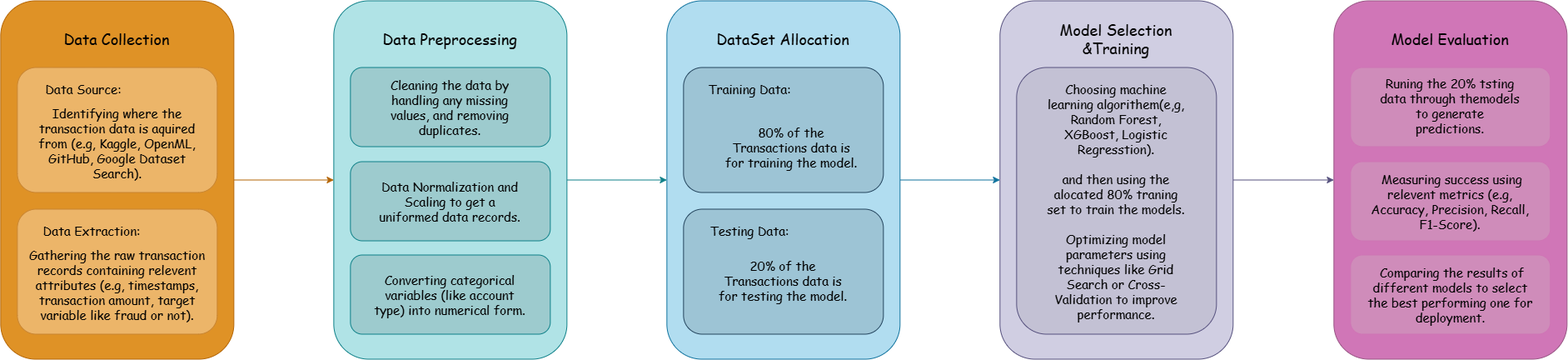
Earlier version of the draw.io export methodology diagram .png (HawraAlmadeh/ARTI308-Lab2). Source tidied: cells renumbered, new cells last; positions are measured from the earlier drawing's top-left corner, leaving out a move shared by most shapes.
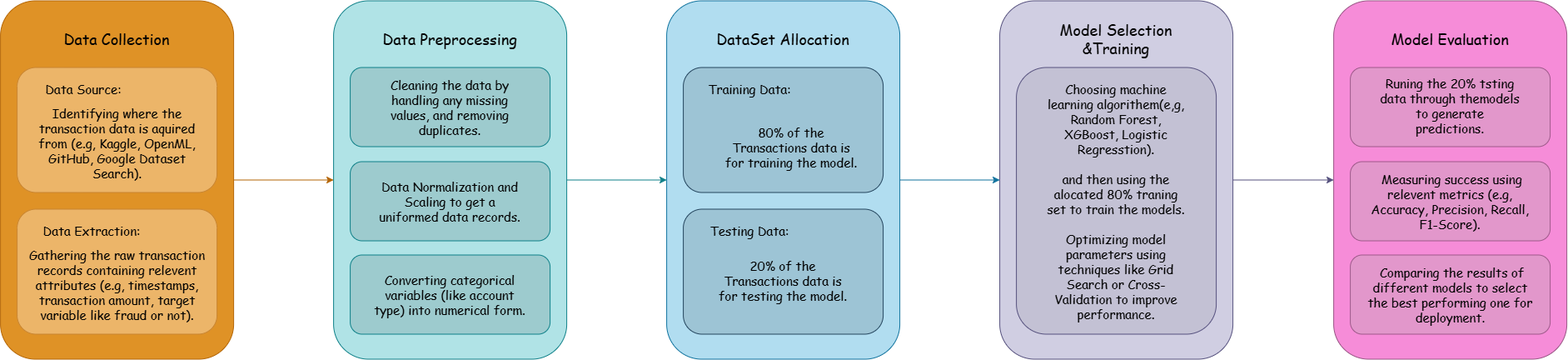
Later version of the same file.

The edit, as a diff of the source:
```diff
@@ -47,7 +47,7 @@
     <mxCell id="16" style="rounded=1;whiteSpace=wrap;html=1;fillColor=light-dark(#89B3B5,#89B3B5);strokeColor=#0e8088;fillStyle=solid;fillOpacity=50;gradientColor=none;" parent="1" vertex="1">
       <mxGeometry x="420" y="80" width="240" height="95" as="geometry" />
     </mxCell>
-    <mxCell id="17" style="rounded=1;whiteSpace=wrap;html=1;fillColor=light-dark(#D076B7,#532F49);strokeColor=light-dark(#985584,#CF74B5);" parent="1" vertex="1">
+    <mxCell id="17" style="rounded=1;whiteSpace=wrap;html=1;fillColor=light-dark(#F68CD8,#532F49);strokeColor=light-dark(#985584,#CF74B5);" parent="1" vertex="1">
       <mxGeometry x="1601" width="280" height="430" as="geometry" />
     </mxCell>
     <mxCell id="18" style="rounded=1;whiteSpace=wrap;html=1;fillColor=light-dark(#89B3B5,#89B3B5);strokeColor=#0e8088;fillStyle=solid;fillOpacity=50;gradientColor=none;" parent="1" vertex="1">
@@ -80,7 +80,7 @@
     <mxCell id="27" style="rounded=1;whiteSpace=wrap;html=1;fillColor=light-dark(#B5B3C6,#B5B3C6);strokeColor=#56517e;fillStyle=solid;fillOpacity=50;" parent="1" vertex="1">
       <mxGeometry x="1220" y="80" width="240" height="320" as="geometry" />
     </mxCell>
-    <mxCell id="28" style="rounded=1;whiteSpace=wrap;html=1;fillColor=light-dark(#CDA2BE,#CDA2BE);strokeColor=light-dark(#CF74B5,#CF74B5);fillStyle=solid;fillOpacity=50;" parent="1" vertex="1">
+    <mxCell id="28" style="rounded=1;whiteSpace=wrap;html=1;fillColor=light-dark(#CDA2BE,#CDA2BE);strokeColor=light-dark(#9E598A,#CF74B5);fillStyle=solid;fillOpacity=50;" parent="1" vertex="1">
       <mxGeometry x="1621" y="80" width="240" height="95" as="geometry" />
     </mxCell>
     <mxCell id="29" value="Model Evaluation" style="text;html=1;whiteSpace=wrap;strokeColor=none;fillColor=none;align=center;verticalAlign=middle;rounded=0;fontSize=18;fontFamily=Comic Sans MS;" parent="1" vertex="1">
@@ -89,10 +89,10 @@
     <mxCell id="30" value="Choosing machine learning algorithem(e,g, Random Forest, XGBoost, Logistic Regresstion).&lt;div&gt;&lt;br&gt;&lt;/div&gt;&lt;div&gt;and then using the alocated 80% traning set to train the models.&lt;/div&gt;&lt;div&gt;&lt;br&gt;&lt;/div&gt;&lt;div&gt;Optimizing model parameters using techniques like Grid Search or Cross-Validation to improve performance.&lt;/div&gt;" style="text;html=1;whiteSpace=wrap;strokeColor=none;fillColor=none;align=center;verticalAlign=middle;rounded=0;fontSize=15;fontFamily=Comic Sans MS;" parent="1" vertex="1">
       <mxGeometry x="1255" y="225" width="170" height="30" as="geometry" />
     </mxCell>
-    <mxCell id="31" style="rounded=1;whiteSpace=wrap;html=1;fillColor=light-dark(#CDA2BE,#CDA2BE);strokeColor=light-dark(#CF74B5,#CF74B5);fillStyle=solid;fillOpacity=50;" parent="1" vertex="1">
+    <mxCell id="31" style="rounded=1;whiteSpace=wrap;html=1;fillColor=light-dark(#CDA2BE,#CDA2BE);strokeColor=light-dark(#9E598A,#CF74B5);fillStyle=solid;fillOpacity=50;" parent="1" vertex="1">
       <mxGeometry x="1621" y="193" width="240" height="95" as="geometry" />
     </mxCell>
-    <mxCell id="32" style="rounded=1;whiteSpace=wrap;html=1;fillColor=light-dark(#CDA2BE,#CDA2BE);strokeColor=light-dark(#CF74B5,#CF74B5);fillStyle=solid;fillOpacity=50;" parent="1" vertex="1">
+    <mxCell id="32" style="rounded=1;whiteSpace=wrap;html=1;fillColor=light-dark(#CDA2BE,#CDA2BE);strokeColor=light-dark(#9E598A,#CF74B5);fillStyle=solid;fillOpacity=50;" parent="1" vertex="1">
       <mxGeometry x="1621" y="305" width="240" height="95" as="geometry" />
     </mxCell>
     <mxCell id="33" value="&amp;nbsp;Comparing the results of different models to select the best performing one for deployment." style="text;html=1;whiteSpace=wrap;strokeColor=none;fillColor=none;align=center;verticalAlign=middle;rounded=0;fontSize=15;fontFamily=Comic Sans MS;" parent="1" vertex="1">
```
